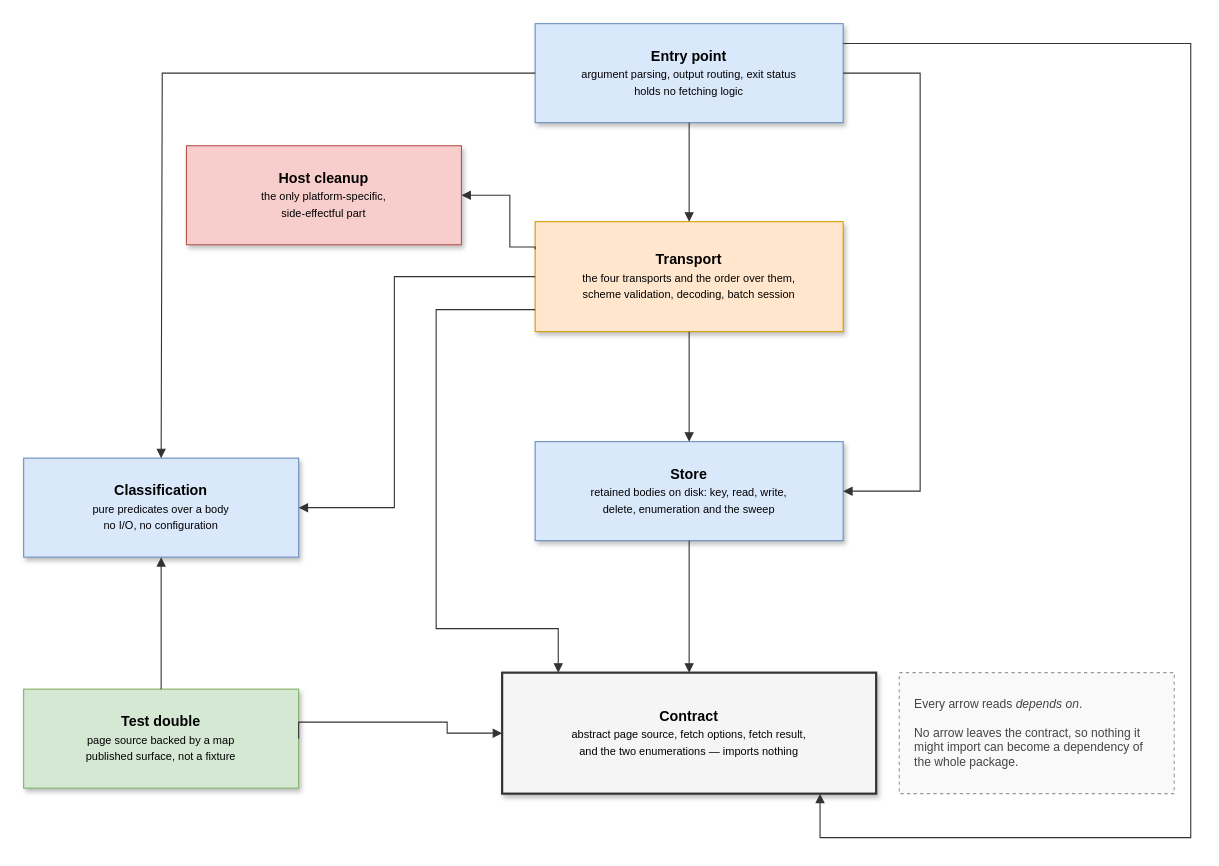
Above: docs/assets/05_level1_building_blocks.drawio in braboj/page-fetcher (draw.io), before the change. Source tidied: cells renumbered, new cells numbered last; positions are measured from the earlier drawing's top-left corner, leaving out a move shared by most shapes. Both pictures are drawn from the tidied source at 110%, with x=0, y=0 at pixel (23, 23).
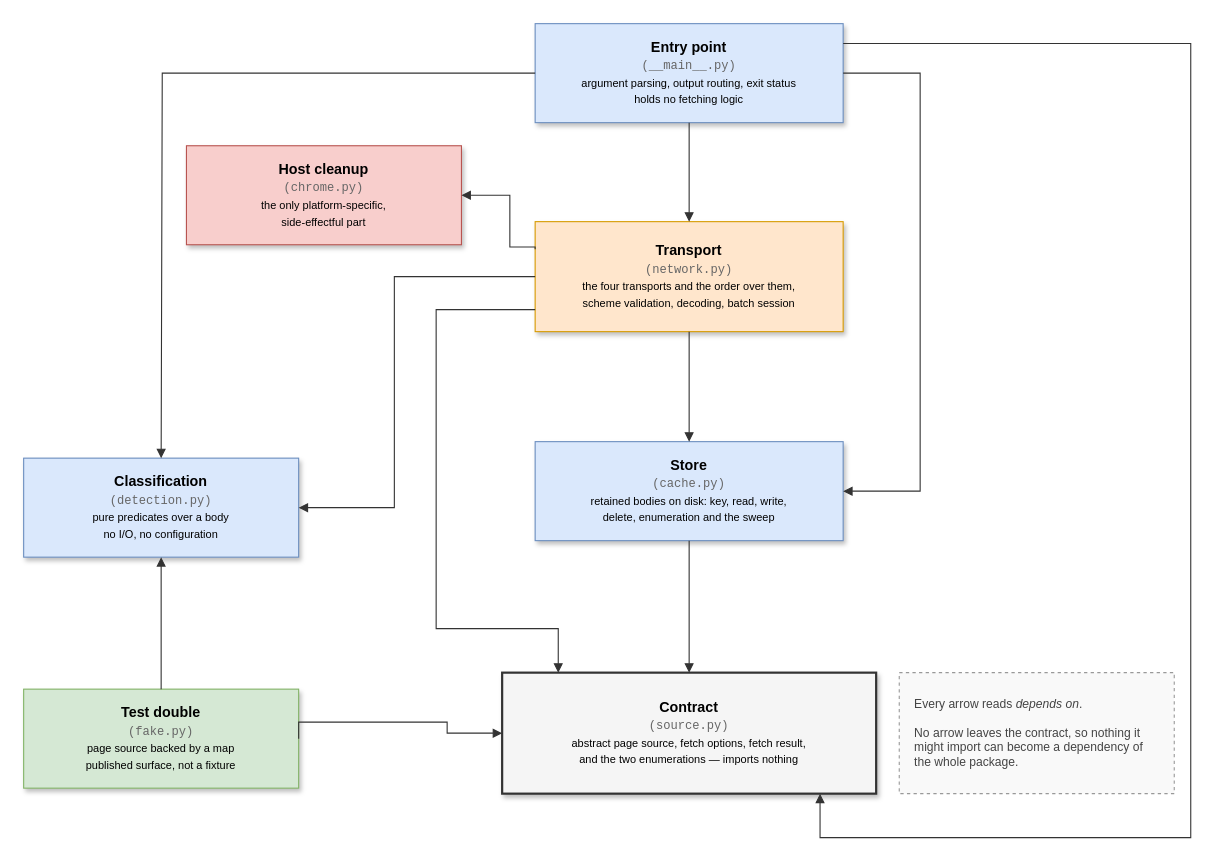
The same page after the edit.

Commit message (it also covers changes not shown here):
docs(arc42): name the module behind every chapter 5 building block (#150)

What changed in the source:
```diff
@@
-    <mxCell id="2" value="&lt;b&gt;Entry point&lt;/b&gt;&lt;br&gt;&lt;font style='font-size: 10px'&gt;argument parsing, output routing, exit status&lt;br&gt;holds no fetching logic&lt;/font&gt;" style="rounded=0;whiteSpace=wrap;html=1;shadow=1;fillColor=#dae8fc;strokeColor=#6c8ebf;fontSize=13;verticalAlign=middle;" parent="1" vertex="1">
+    <mxCell id="2" value="&lt;b&gt;Entry point&lt;/b&gt;&lt;br&gt;&lt;font style='font-family: Courier New; font-size: 11px; color: #666666'&gt;(__main__.py)&lt;/font&gt;&lt;br&gt;&lt;font style='font-size: 10px'&gt;argument parsing, output routing, exit status&lt;br&gt;holds no fetching logic&lt;/font&gt;" style="rounded=0;whiteSpace=wrap;html=1;shadow=1;fillColor=#dae8fc;strokeColor=#6c8ebf;fontSize=13;verticalAlign=middle;" parent="1" vertex="1">
       <mxGeometry x="465" width="280" height="90" as="geometry" />
     </mxCell>
-    <mxCell id="3" value="&lt;b&gt;Transport&lt;/b&gt;&lt;br&gt;&lt;font style='font-size: 10px'&gt;the four transports and the order over them,&lt;br&gt;scheme validation, decoding, batch session&lt;/font&gt;" style="rounded=0;whiteSpace=wrap;html=1;shadow=1;fillColor=#ffe6cc;strokeColor=#d79b00;fontSize=13;verticalAlign=middle;" parent="1" vertex="1">
+    <mxCell id="3" value="&lt;b&gt;Transport&lt;/b&gt;&lt;br&gt;&lt;font style='font-family: Courier New; font-size: 11px; color: #666666'&gt;(network.py)&lt;/font&gt;&lt;br&gt;&lt;font style='font-size: 10px'&gt;the four transports and the order over them,&lt;br&gt;scheme validation, decoding, batch session&lt;/font&gt;" style="rounded=0;whiteSpace=wrap;html=1;shadow=1;fillColor=#ffe6cc;strokeColor=#d79b00;fontSize=13;verticalAlign=middle;" parent="1" vertex="1">
       <mxGeometry x="465" y="180" width="280" height="100" as="geometry" />
     </mxCell>
-    <mxCell id="4" value="&lt;b&gt;Classification&lt;/b&gt;&lt;br&gt;&lt;font style='font-size: 10px'&gt;pure predicates over a body&lt;br&gt;no I/O, no configuration&lt;/font&gt;" style="rounded=0;whiteSpace=wrap;html=1;shadow=1;fillColor=#dae8fc;strokeColor=#6c8ebf;fontSize=13;verticalAlign=middle;" parent="1" vertex="1">
+    <mxCell id="4" value="&lt;b&gt;Classification&lt;/b&gt;&lt;br&gt;&lt;font style='font-family: Courier New; font-size: 11px; color: #666666'&gt;(detection.py)&lt;/font&gt;&lt;br&gt;&lt;font style='font-size: 10px'&gt;pure predicates over a body&lt;br&gt;no I/O, no configuration&lt;/font&gt;" style="rounded=0;whiteSpace=wrap;html=1;shadow=1;fillColor=#dae8fc;strokeColor=#6c8ebf;fontSize=13;verticalAlign=middle;" parent="1" vertex="1">
       <mxGeometry y="395" width="250" height="90" as="geometry" />
     </mxCell>
-    <mxCell id="5" value="&lt;b&gt;Store&lt;/b&gt;&lt;br&gt;&lt;font style='font-size: 10px'&gt;retained bodies on disk: key, read, write,&lt;br&gt;delete, enumeration and the sweep&lt;/font&gt;" style="rounded=0;whiteSpace=wrap;html=1;shadow=1;fillColor=#dae8fc;strokeColor=#6c8ebf;fontSize=13;verticalAlign=middle;" parent="1" vertex="1">
+    <mxCell id="5" value="&lt;b&gt;Store&lt;/b&gt;&lt;br&gt;&lt;font style='font-family: Courier New; font-size: 11px; color: #666666'&gt;(cache.py)&lt;/font&gt;&lt;br&gt;&lt;font style='font-size: 10px'&gt;retained bodies on disk: key, read, write,&lt;br&gt;delete, enumeration and the sweep&lt;/font&gt;" style="rounded=0;whiteSpace=wrap;html=1;shadow=1;fillColor=#dae8fc;strokeColor=#6c8ebf;fontSize=13;verticalAlign=middle;" parent="1" vertex="1">
       <mxGeometry x="465" y="380" width="280" height="90" as="geometry" />
     </mxCell>
-    <mxCell id="6" value="&lt;b&gt;Host cleanup&lt;/b&gt;&lt;br&gt;&lt;font style='font-size: 10px'&gt;the only platform-specific,&lt;br&gt;side-effectful part&lt;/font&gt;" style="rounded=0;whiteSpace=wrap;html=1;shadow=1;fillColor=#f8cecc;strokeColor=#b85450;fontSize=13;verticalAlign=middle;" parent="1" vertex="1">
+    <mxCell id="6" value="&lt;b&gt;Host cleanup&lt;/b&gt;&lt;br&gt;&lt;font style='font-family: Courier New; font-size: 11px; color: #666666'&gt;(chrome.py)&lt;/font&gt;&lt;br&gt;&lt;font style='font-size: 10px'&gt;the only platform-specific,&lt;br&gt;side-effectful part&lt;/font&gt;" style="rounded=0;whiteSpace=wrap;html=1;shadow=1;fillColor=#f8cecc;strokeColor=#b85450;fontSize=13;verticalAlign=middle;" parent="1" vertex="1">
       <mxGeometry x="148" y="111" width="250" height="90" as="geometry" />
     </mxCell>
-    <mxCell id="7" value="&lt;b&gt;Test double&lt;/b&gt;&lt;br&gt;&lt;font style='font-size: 10px'&gt;page source backed by a map&lt;br&gt;published surface, not a fixture&lt;/font&gt;" style="rounded=0;whiteSpace=wrap;html=1;shadow=1;fillColor=#d5e8d4;strokeColor=#82b366;fontSize=13;verticalAlign=middle;" parent="1" vertex="1">
+    <mxCell id="7" value="&lt;b&gt;Test double&lt;/b&gt;&lt;br&gt;&lt;font style='font-family: Courier New; font-size: 11px; color: #666666'&gt;(fake.py)&lt;/font&gt;&lt;br&gt;&lt;font style='font-size: 10px'&gt;page source backed by a map&lt;br&gt;published surface, not a fixture&lt;/font&gt;" style="rounded=0;whiteSpace=wrap;html=1;shadow=1;fillColor=#d5e8d4;strokeColor=#82b366;fontSize=13;verticalAlign=middle;" parent="1" vertex="1">
       <mxGeometry y="605" width="250" height="90" as="geometry" />
     </mxCell>
-    <mxCell id="8" value="&lt;b&gt;Contract&lt;/b&gt;&lt;br&gt;&lt;font style='font-size: 10px'&gt;abstract page source, fetch options, fetch result,&lt;br&gt;and the two enumerations — imports nothing&lt;/font&gt;" style="rounded=0;whiteSpace=wrap;html=1;shadow=1;fillColor=#f5f5f5;strokeColor=#333333;strokeWidth=2;fontSize=13;verticalAlign=middle;" parent="1" vertex="1">
+    <mxCell id="8" value="&lt;b&gt;Contract&lt;/b&gt;&lt;br&gt;&lt;font style='font-family: Courier New; font-size: 11px; color: #666666'&gt;(source.py)&lt;/font&gt;&lt;br&gt;&lt;font style='font-size: 10px'&gt;abstract page source, fetch options, fetch result,&lt;br&gt;and the two enumerations — imports nothing&lt;/font&gt;" style="rounded=0;whiteSpace=wrap;html=1;shadow=1;fillColor=#f5f5f5;strokeColor=#333333;strokeWidth=2;fontSize=13;verticalAlign=middle;" parent="1" vertex="1">
       <mxGeometry x="435" y="590" width="340" height="110" as="geometry" />
     </mxCell>
```
